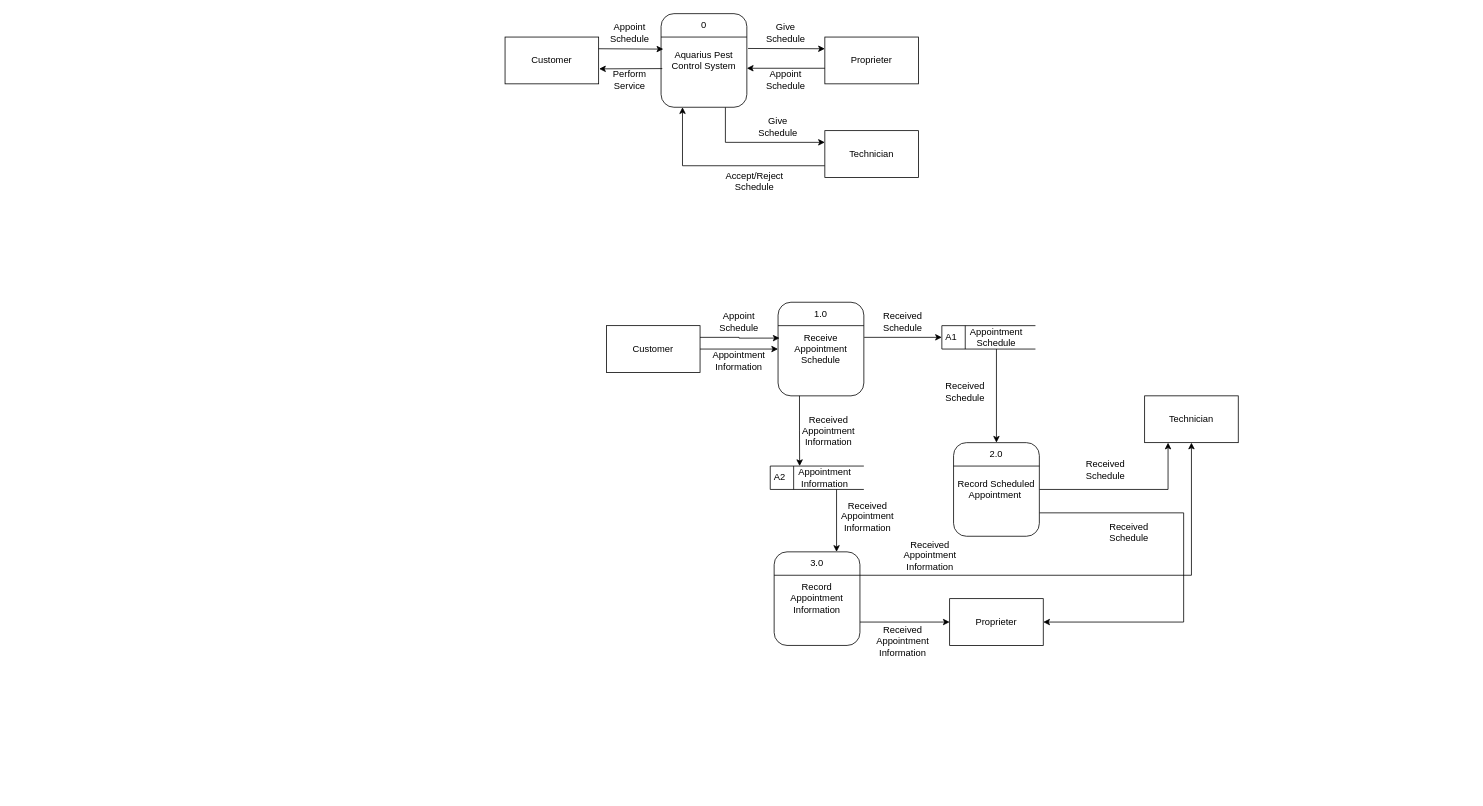
Earlier version of the draw.io diagram CFD/DFD AquariusPestControl.drawio (Beskiit/DIAGRAMS). Source tidied: cells renumbered, new cells numbered last; positions are measured from the earlier drawing's top-left corner, leaving out a move shared by most shapes. Both pictures are drawn from the tidied source at 78%, with x=0, y=0 at pixel (505, 13).
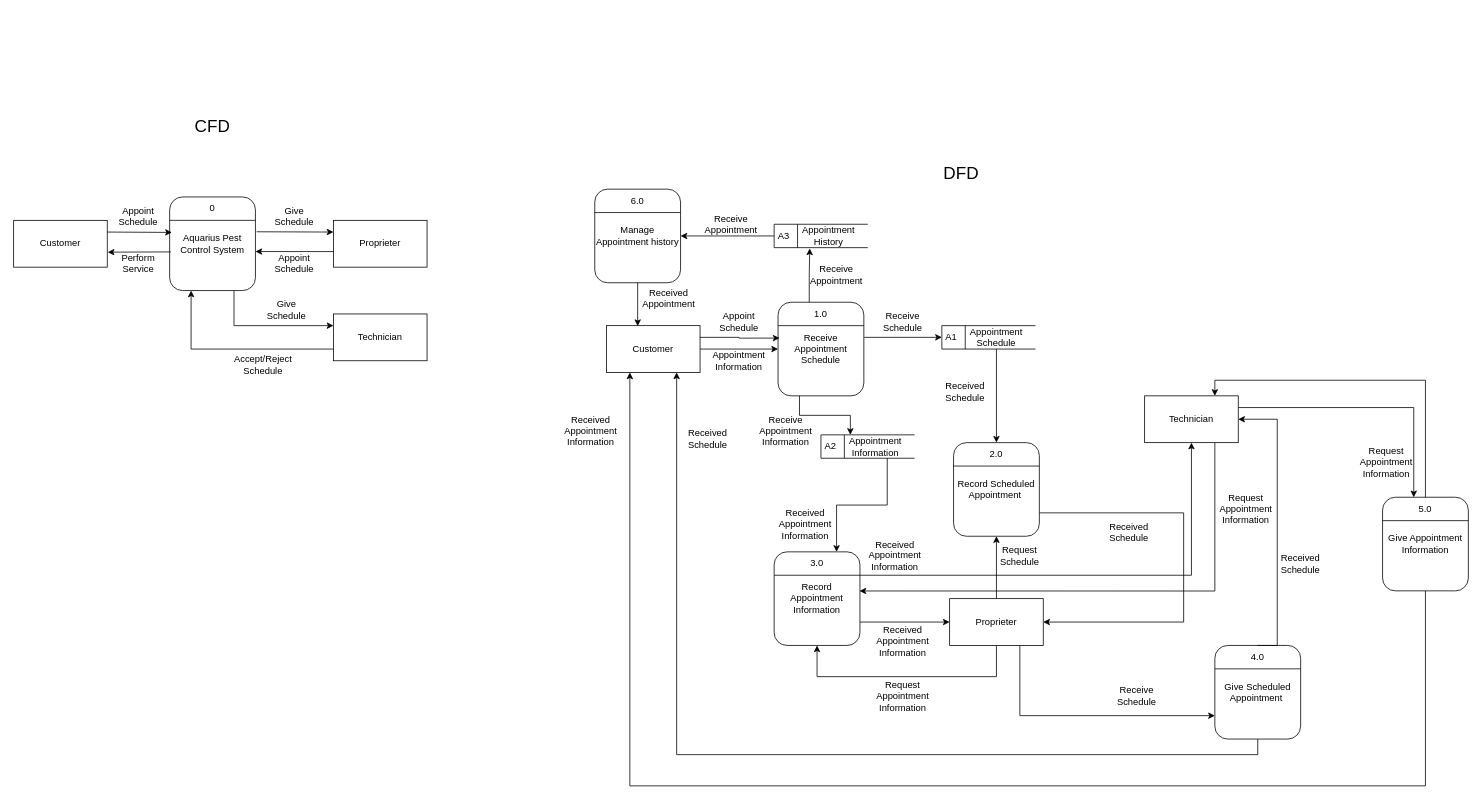
The same diagram, later.

Unchanged cells that the change refers to:
```xml
<mxCell id="22" value="1.0" style="text;html=1;align=center;verticalAlign=middle;whiteSpace=wrap;rounded=0;" parent="1" vertex="1">
  <mxGeometry x="375" y="370" width="60" height="30" as="geometry" />
</mxCell>
<mxCell id="24" value="Customer" style="rounded=0;whiteSpace=wrap;html=1;" parent="1" vertex="1">
  <mxGeometry x="130" y="400" width="120" height="60" as="geometry" />
</mxCell>
<mxCell id="34" value="Record Scheduled Appointment&amp;nbsp;" style="rounded=1;whiteSpace=wrap;html=1;" parent="1" vertex="1">
  <mxGeometry x="575" y="550" width="110" height="120" as="geometry" />
</mxCell>
<mxCell id="45" value="Record Appointment Information" style="rounded=1;whiteSpace=wrap;html=1;" parent="1" vertex="1">
  <mxGeometry x="345" y="690" width="110" height="120" as="geometry" />
</mxCell>
<mxCell id="50" value="Proprieter" style="rounded=0;whiteSpace=wrap;html=1;" parent="1" vertex="1">
  <mxGeometry x="570" y="750" width="120" height="60" as="geometry" />
</mxCell>
<mxCell id="51" value="Technician" style="rounded=0;whiteSpace=wrap;html=1;" parent="1" vertex="1">
  <mxGeometry x="820" y="490" width="120" height="60" as="geometry" />
</mxCell>
```

What changed in the source:
```diff
@@
     <mxCell id="3" value="Aquarius Pest Control System" style="rounded=1;whiteSpace=wrap;html=1;" parent="1" vertex="1">
-      <mxGeometry x="200" width="110" height="120" as="geometry" />
+      <mxGeometry x="-430" y="235" width="110" height="120" as="geometry" />
     </mxCell>
@@
     <mxCell id="5" value="0" style="text;html=1;align=center;verticalAlign=middle;whiteSpace=wrap;rounded=0;" parent="1" vertex="1">
-      <mxGeometry x="225" width="60" height="30" as="geometry" />
+      <mxGeometry x="-405" y="235" width="60" height="30" as="geometry" />
     </mxCell>
     <mxCell id="6" value="Customer" style="rounded=0;whiteSpace=wrap;html=1;" parent="1" vertex="1">
-      <mxGeometry y="30" width="120" height="60" as="geometry" />
+      <mxGeometry x="-630" y="265" width="120" height="60" as="geometry" />
     </mxCell>
     <mxCell id="7" value="Proprieter" style="rounded=0;whiteSpace=wrap;html=1;" parent="1" vertex="1">
-      <mxGeometry x="410" y="30" width="120" height="60" as="geometry" />
+      <mxGeometry x="-220" y="265" width="120" height="60" as="geometry" />
     </mxCell>
@@
     <mxCell id="10" style="endArrow=classic;html=1;rounded=0;exitX=0;exitY=0.667;exitDx=0;exitDy=0;exitPerimeter=0;" parent="1" edge="1" source="7">
       <mxGeometry relative="1" as="geometry">
-        <mxPoint x="310" y="70" as="targetPoint" />
+        <mxPoint x="-320" y="305" as="targetPoint" />
       </mxGeometry>
     </mxCell>
@@
     <mxCell id="12" value="Appoint Schedule" style="text;html=1;align=center;verticalAlign=middle;whiteSpace=wrap;rounded=0;" parent="1" vertex="1">
-      <mxGeometry x="130" y="10" width="60" height="30" as="geometry" />
+      <mxGeometry x="-500" y="245" width="60" height="30" as="geometry" />
     </mxCell>
     <mxCell id="13" value="Give Schedule" style="text;html=1;align=center;verticalAlign=middle;whiteSpace=wrap;rounded=0;" parent="1" vertex="1">
-      <mxGeometry x="330" y="10" width="60" height="30" as="geometry" />
+      <mxGeometry x="-300" y="245" width="60" height="30" as="geometry" />
     </mxCell>
     <mxCell id="14" value="Appoint Schedule" style="text;html=1;align=center;verticalAlign=middle;whiteSpace=wrap;rounded=0;" parent="1" vertex="1">
-      <mxGeometry x="330" y="70" width="60" height="30" as="geometry" />
+      <mxGeometry x="-300" y="305" width="60" height="30" as="geometry" />
     </mxCell>
     <mxCell id="15" value="Perform Service" style="text;html=1;align=center;verticalAlign=middle;whiteSpace=wrap;rounded=0;" parent="1" vertex="1">
-      <mxGeometry x="130" y="70" width="60" height="30" as="geometry" />
+      <mxGeometry x="-500" y="305" width="60" height="30" as="geometry" />
     </mxCell>
@@
     <mxCell id="17" value="Technician" style="rounded=0;whiteSpace=wrap;html=1;" parent="1" vertex="1">
-      <mxGeometry x="410" y="150" width="120" height="60" as="geometry" />
+      <mxGeometry x="-220" y="385" width="120" height="60" as="geometry" />
     </mxCell>
     <mxCell id="18" value="Give Schedule" style="text;html=1;align=center;verticalAlign=middle;whiteSpace=wrap;rounded=0;" parent="1" vertex="1">
-      <mxGeometry x="320" y="130" width="60" height="30" as="geometry" />
+      <mxGeometry x="-310" y="365" width="60" height="30" as="geometry" />
     </mxCell>
     <mxCell id="19" value="Accept/Reject Schedule" style="text;html=1;align=center;verticalAlign=middle;whiteSpace=wrap;rounded=0;" parent="1" vertex="1">
-      <mxGeometry x="290" y="200" width="60" height="30" as="geometry" />
+      <mxGeometry x="-340" y="435" width="60" height="30" as="geometry" />
     </mxCell>
@@
-    <mxCell id="31" value="Received Schedule" style="text;html=1;align=center;verticalAlign=middle;whiteSpace=wrap;rounded=0;" parent="1" vertex="1">
+    <mxCell id="31" value="Receive Schedule" style="text;html=1;align=center;verticalAlign=middle;whiteSpace=wrap;rounded=0;" parent="1" vertex="1">
       <mxGeometry x="480" y="380" width="60" height="30" as="geometry" />
     </mxCell>
@@
-    <mxCell id="33" style="edgeStyle=orthogonalEdgeStyle;rounded=0;jettySize=auto;html=1;exitX=1;exitY=0.5;exitDx=0;exitDy=0;entryX=0.25;entryY=1;entryDx=0;entryDy=0;" parent="1" edge="1" source="34" target="51">
-      <mxGeometry relative="1" as="geometry">
-        <Array as="points">
-          <mxPoint x="850" y="610" />
-        </Array>
-      </mxGeometry>
-    </mxCell>
@@
     <mxCell id="39" value="A2" style="html=1;dashed=0;whiteSpace=wrap;shape=mxgraph.dfd.dataStoreID;align=left;spacingLeft=3;points=[[0,0],[0.5,0],[1,0],[0,0.5],[1,0.5],[0,1],[0.5,1],[1,1]];" parent="1" vertex="1">
-      <mxGeometry x="340" y="580" width="120" height="30" as="geometry" />
+      <mxGeometry x="405" y="540" width="120" height="30" as="geometry" />
     </mxCell>
     <mxCell id="40" value="Appointment Information" style="text;html=1;align=center;verticalAlign=middle;whiteSpace=wrap;rounded=0;" parent="1" vertex="1">
-      <mxGeometry x="380" y="580" width="60" height="30" as="geometry" />
+      <mxGeometry x="445" y="540" width="60" height="30" as="geometry" />
     </mxCell>
@@
-    <mxCell id="42" value="Received Appointment Information" style="text;html=1;align=center;verticalAlign=middle;whiteSpace=wrap;rounded=0;" parent="1" vertex="1">
-      <mxGeometry x="385" y="520" width="60" height="30" as="geometry" />
+    <mxCell id="42" value="Receive Appointment Information" style="text;html=1;align=center;verticalAlign=middle;whiteSpace=wrap;rounded=0;" parent="1" vertex="1">
+      <mxGeometry x="330" y="520" width="60" height="30" as="geometry" />
     </mxCell>
@@
     <mxCell id="49" value="Received Appointment Information" style="text;html=1;align=center;verticalAlign=middle;whiteSpace=wrap;rounded=0;" parent="1" vertex="1">
-      <mxGeometry x="435" y="630" width="60" height="30" as="geometry" />
+      <mxGeometry x="355" y="640" width="60" height="30" as="geometry" />
     </mxCell>
+    <mxCell id="56" style="edgeStyle=orthogonalEdgeStyle;rounded=0;jettySize=auto;html=1;exitX=0.5;exitY=1;exitDx=0;exitDy=0;entryX=0.5;entryY=1;entryDx=0;entryDy=0;" parent="1" edge="1" source="50" target="45">
+      <mxGeometry relative="1" as="geometry">
+        <Array as="points">
+          <mxPoint x="630" y="850" />
+          <mxPoint x="400" y="850" />
+        </Array>
+      </mxGeometry>
+    </mxCell>
+    <mxCell id="57" style="edgeStyle=orthogonalEdgeStyle;rounded=0;jettySize=auto;html=1;exitX=0.5;exitY=0;exitDx=0;exitDy=0;entryX=0.5;entryY=1;entryDx=0;entryDy=0;" parent="1" edge="1" source="50" target="34">
+      <mxGeometry relative="1" as="geometry" />
+    </mxCell>
+    <mxCell id="58" style="edgeStyle=orthogonalEdgeStyle;rounded=0;jettySize=auto;html=1;exitX=0.75;exitY=1;exitDx=0;exitDy=0;entryX=0;entryY=0.75;entryDx=0;entryDy=0;" parent="1" edge="1" source="50" target="65">
+      <mxGeometry relative="1" as="geometry" />
+    </mxCell>
@@
+    <mxCell id="59" style="edgeStyle=orthogonalEdgeStyle;rounded=0;jettySize=auto;html=1;exitX=0.75;exitY=1;exitDx=0;exitDy=0;entryX=0.995;entryY=0.418;entryDx=0;entryDy=0;entryPerimeter=0;" parent="1" edge="1" source="51" target="45">
+      <mxGeometry relative="1" as="geometry">
+        <Array as="points">
+          <mxPoint x="910" y="740" />
+          <mxPoint x="455" y="740" />
+        </Array>
+      </mxGeometry>
+    </mxCell>
+    <mxCell id="60" style="edgeStyle=orthogonalEdgeStyle;rounded=0;jettySize=auto;html=1;exitX=1;exitY=0.25;exitDx=0;exitDy=0;entryX=0.25;entryY=0;entryDx=0;entryDy=0;" parent="1" edge="1" source="51" target="75">
+      <mxGeometry relative="1" as="geometry" />
+    </mxCell>
@@
-    <mxCell id="52" value="Received Schedule" style="text;html=1;align=center;verticalAlign=middle;whiteSpace=wrap;rounded=0;" parent="1" vertex="1">
-      <mxGeometry x="740" y="570" width="60" height="30" as="geometry" />
-    </mxCell>
@@
     <mxCell id="54" value="Received Appointment Information" style="text;html=1;align=center;verticalAlign=middle;whiteSpace=wrap;rounded=0;" parent="1" vertex="1">
-      <mxGeometry x="515" y="680" width="60" height="30" as="geometry" />
+      <mxGeometry x="470" y="680" width="60" height="30" as="geometry" />
     </mxCell>
@@
+    <mxCell id="61" value="Request Appointment Information" style="text;html=1;align=center;verticalAlign=middle;whiteSpace=wrap;rounded=0;" parent="1" vertex="1">
+      <mxGeometry x="480" y="860" width="60" height="30" as="geometry" />
+    </mxCell>
+    <mxCell id="62" value="Request Appointment Information" style="text;html=1;align=center;verticalAlign=middle;whiteSpace=wrap;rounded=0;" parent="1" vertex="1">
+      <mxGeometry x="920" y="620" width="60" height="30" as="geometry" />
+    </mxCell>
+    <mxCell id="63" value="Request Schedule" style="text;html=1;align=center;verticalAlign=middle;whiteSpace=wrap;rounded=0;" parent="1" vertex="1">
+      <mxGeometry x="630" y="680" width="60" height="30" as="geometry" />
+    </mxCell>
+    <mxCell id="64" style="edgeStyle=orthogonalEdgeStyle;rounded=0;jettySize=auto;html=1;exitX=0.5;exitY=1;exitDx=0;exitDy=0;entryX=0.75;entryY=1;entryDx=0;entryDy=0;" parent="1" edge="1" source="65" target="24">
+      <mxGeometry relative="1" as="geometry" />
+    </mxCell>
+    <mxCell id="65" value="Give Scheduled Appointment&amp;nbsp;" style="rounded=1;whiteSpace=wrap;html=1;" parent="1" vertex="1">
+      <mxGeometry x="910" y="810" width="110" height="120" as="geometry" />
+    </mxCell>
+    <mxCell id="66" style="endArrow=none;html=1;rounded=0;entryX=1;entryY=0.25;entryDx=0;entryDy=0;exitX=0;exitY=0.25;exitDx=0;exitDy=0;" parent="1" edge="1" source="65" target="65">
+      <mxGeometry relative="1" as="geometry" />
+    </mxCell>
+    <mxCell id="67" style="edgeStyle=orthogonalEdgeStyle;rounded=0;jettySize=auto;html=1;exitX=0.5;exitY=0;exitDx=0;exitDy=0;entryX=1;entryY=0.5;entryDx=0;entryDy=0;" parent="1" edge="1" source="68" target="51">
+      <mxGeometry relative="1" as="geometry">
+        <Array as="points">
+          <mxPoint x="990" y="810" />
+          <mxPoint x="990" y="520" />
+        </Array>
+      </mxGeometry>
+    </mxCell>
+    <mxCell id="68" value="4.0" style="text;html=1;align=center;verticalAlign=middle;whiteSpace=wrap;rounded=0;" parent="1" vertex="1">
+      <mxGeometry x="935" y="810" width="60" height="30" as="geometry" />
+    </mxCell>
+    <mxCell id="69" value="Receive Schedule" style="text;html=1;align=center;verticalAlign=middle;whiteSpace=wrap;rounded=0;" parent="1" vertex="1">
+      <mxGeometry x="780" y="860" width="60" height="30" as="geometry" />
+    </mxCell>
+    <mxCell id="70" value="Received Schedule" style="text;html=1;align=center;verticalAlign=middle;whiteSpace=wrap;rounded=0;" parent="1" vertex="1">
+      <mxGeometry x="990" y="690" width="60" height="30" as="geometry" />
+    </mxCell>
+    <mxCell id="71" style="edgeStyle=orthogonalEdgeStyle;rounded=0;jettySize=auto;html=1;exitX=0.5;exitY=1;exitDx=0;exitDy=0;entryX=0.25;entryY=1;entryDx=0;entryDy=0;" parent="1" edge="1" source="72" target="24">
+      <mxGeometry relative="1" as="geometry">
+        <Array as="points">
+          <mxPoint x="1180" y="990" />
+          <mxPoint x="160" y="990" />
+        </Array>
+      </mxGeometry>
+    </mxCell>
+    <mxCell id="72" value="Give Appointment Information" style="rounded=1;whiteSpace=wrap;html=1;" parent="1" vertex="1">
+      <mxGeometry x="1125" y="620" width="110" height="120" as="geometry" />
+    </mxCell>
+    <mxCell id="73" style="endArrow=none;html=1;rounded=0;entryX=1;entryY=0.25;entryDx=0;entryDy=0;exitX=0;exitY=0.25;exitDx=0;exitDy=0;" parent="1" edge="1" source="72" target="72">
+      <mxGeometry relative="1" as="geometry" />
+    </mxCell>
+    <mxCell id="74" style="edgeStyle=orthogonalEdgeStyle;rounded=0;jettySize=auto;html=1;exitX=0.5;exitY=0;exitDx=0;exitDy=0;entryX=0.75;entryY=0;entryDx=0;entryDy=0;" parent="1" edge="1" source="75" target="51">
+      <mxGeometry relative="1" as="geometry" />
+    </mxCell>
+    <mxCell id="75" value="5.0" style="text;html=1;align=center;verticalAlign=middle;whiteSpace=wrap;rounded=0;" parent="1" vertex="1">
+      <mxGeometry x="1150" y="620" width="60" height="30" as="geometry" />
+    </mxCell>
+    <mxCell id="76" value="Received Schedule" style="text;html=1;align=center;verticalAlign=middle;whiteSpace=wrap;rounded=0;" parent="1" vertex="1">
+      <mxGeometry x="230" y="530" width="60" height="30" as="geometry" />
+    </mxCell>
+    <mxCell id="77" value="Received Appointment Information" style="text;html=1;align=center;verticalAlign=middle;whiteSpace=wrap;rounded=0;" parent="1" vertex="1">
+      <mxGeometry x="80" y="520" width="60" height="30" as="geometry" />
+    </mxCell>
+    <mxCell id="78" value="Request Appointment Information" style="text;html=1;align=center;verticalAlign=middle;whiteSpace=wrap;rounded=0;" parent="1" vertex="1">
+      <mxGeometry x="1100" y="560" width="60" height="30" as="geometry" />
+    </mxCell>
+    <mxCell id="79" style="edgeStyle=orthogonalEdgeStyle;rounded=0;jettySize=auto;html=1;exitX=0;exitY=0.5;exitDx=0;exitDy=0;entryX=1;entryY=0.5;entryDx=0;entryDy=0;" parent="1" edge="1" source="80" target="84">
+      <mxGeometry relative="1" as="geometry" />
+    </mxCell>
+    <mxCell id="80" value="A3" style="html=1;dashed=0;whiteSpace=wrap;shape=mxgraph.dfd.dataStoreID;align=left;spacingLeft=3;points=[[0,0],[0.5,0],[1,0],[0,0.5],[1,0.5],[0,1],[0.5,1],[1,1]];" parent="1" vertex="1">
+      <mxGeometry x="345" y="270" width="120" height="30" as="geometry" />
+    </mxCell>
+    <mxCell id="81" value="Appointment History" style="text;html=1;align=center;verticalAlign=middle;whiteSpace=wrap;rounded=0;" parent="1" vertex="1">
+      <mxGeometry x="385" y="270" width="60" height="30" as="geometry" />
+    </mxCell>
+    <mxCell id="82" style="edgeStyle=orthogonalEdgeStyle;rounded=0;jettySize=auto;html=1;exitX=0.25;exitY=0;exitDx=0;exitDy=0;entryX=0.094;entryY=1.035;entryDx=0;entryDy=0;entryPerimeter=0;" parent="1" edge="1" source="22" target="81">
+      <mxGeometry relative="1" as="geometry" />
+    </mxCell>
+    <mxCell id="83" value="Receive Appointment" style="text;html=1;align=center;verticalAlign=middle;whiteSpace=wrap;rounded=0;" parent="1" vertex="1">
+      <mxGeometry x="395" y="320" width="60" height="30" as="geometry" />
+    </mxCell>
+    <mxCell id="84" value="Manage Appointment history" style="rounded=1;whiteSpace=wrap;html=1;" parent="1" vertex="1">
+      <mxGeometry x="115" y="225" width="110" height="120" as="geometry" />
+    </mxCell>
+    <mxCell id="85" style="endArrow=none;html=1;rounded=0;entryX=1;entryY=0.25;entryDx=0;entryDy=0;exitX=0;exitY=0.25;exitDx=0;exitDy=0;" parent="1" edge="1" source="84" target="84">
+      <mxGeometry relative="1" as="geometry" />
+    </mxCell>
+    <mxCell id="86" value="6.0" style="text;html=1;align=center;verticalAlign=middle;whiteSpace=wrap;rounded=0;" parent="1" vertex="1">
+      <mxGeometry x="140" y="225" width="60" height="30" as="geometry" />
+    </mxCell>
+    <mxCell id="87" style="edgeStyle=orthogonalEdgeStyle;rounded=0;jettySize=auto;html=1;exitX=0.5;exitY=1;exitDx=0;exitDy=0;entryX=0.334;entryY=0.009;entryDx=0;entryDy=0;entryPerimeter=0;" parent="1" edge="1" source="84" target="24">
+      <mxGeometry relative="1" as="geometry" />
+    </mxCell>
+    <mxCell id="88" value="Receive Appointment" style="text;html=1;align=center;verticalAlign=middle;whiteSpace=wrap;rounded=0;" parent="1" vertex="1">
+      <mxGeometry x="260" y="255" width="60" height="30" as="geometry" />
+    </mxCell>
+    <mxCell id="89" value="Received Appointment" style="text;html=1;align=center;verticalAlign=middle;whiteSpace=wrap;rounded=0;" parent="1" vertex="1">
+      <mxGeometry x="180" y="350" width="60" height="30" as="geometry" />
+    </mxCell>
+    <mxCell id="90" value="CFD" style="text;html=1;align=center;verticalAlign=middle;whiteSpace=wrap;rounded=0;fontSize=22;" parent="1" vertex="1">
+      <mxGeometry x="-470" y="105" width="190" height="80" as="geometry" />
+    </mxCell>
+    <mxCell id="91" value="DFD" style="text;html=1;align=center;verticalAlign=middle;whiteSpace=wrap;rounded=0;fontSize=22;" parent="1" vertex="1">
+      <mxGeometry x="490" y="165" width="190" height="80" as="geometry" />
+    </mxCell>
```
